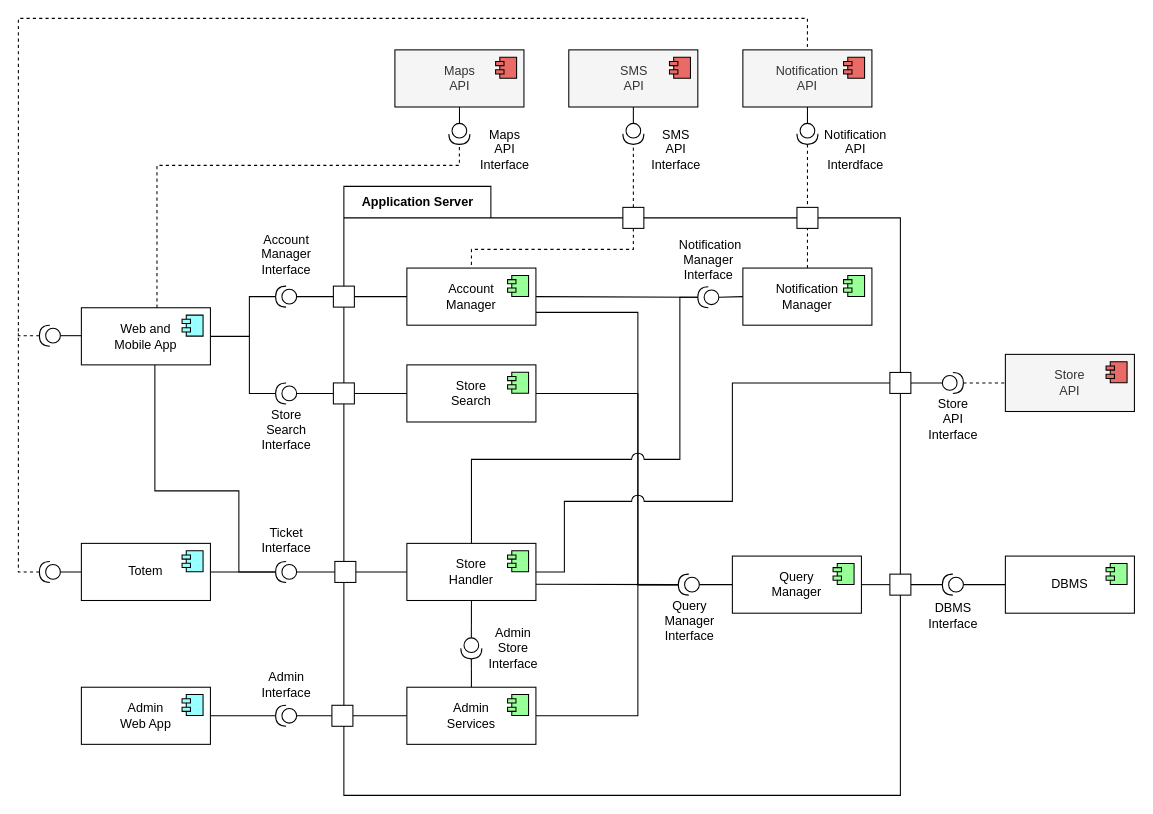
Before: DD/images/draw.io/component.drawio in andreafra/Software-Engineering-2-Project-2021, a draw.io diagram. Source tidied: cells renumbered, new cells numbered last; positions are measured from the earlier drawing's top-left corner, leaving out a move shared by most shapes. Both pictures are drawn from the tidied source at 105%, with x=0, y=0 at pixel (18, 18).
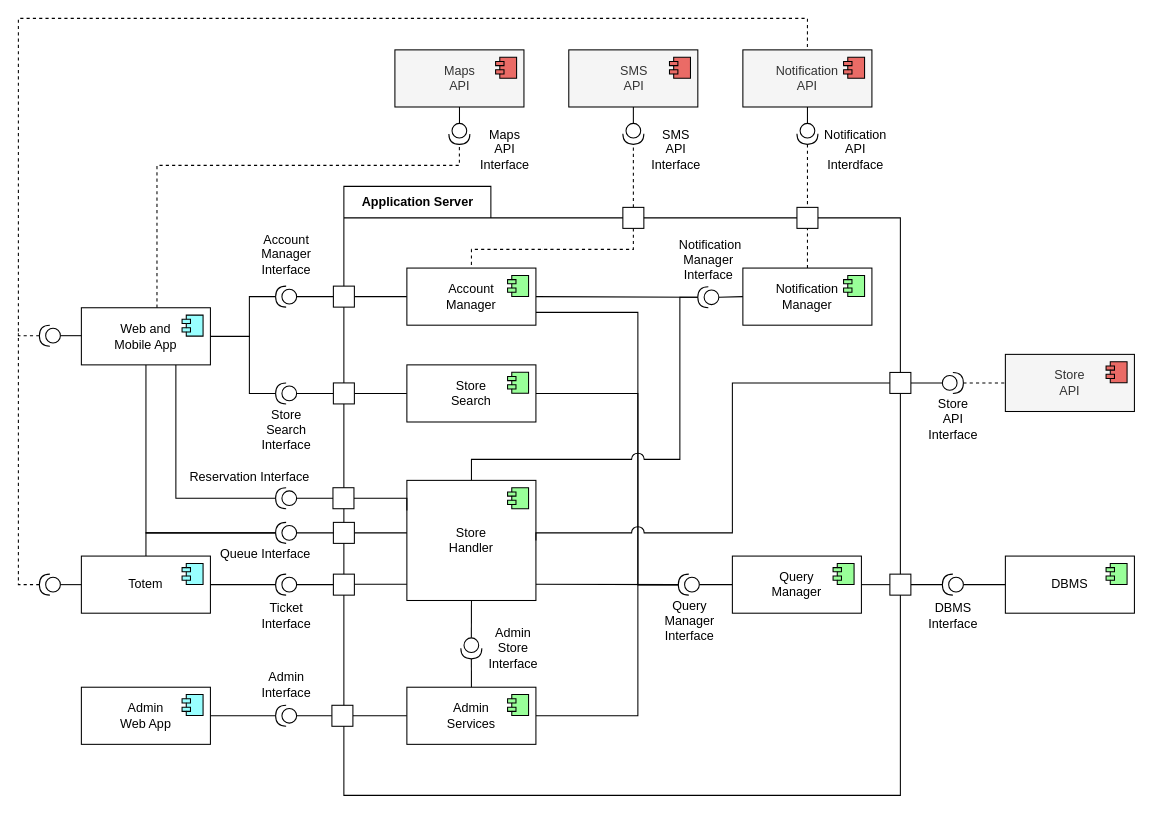
Above is the later version.

Commit message (it also covers changes not shown here):
update component diagrams

The change refers to these unchanged cells:
```xml
<mxCell id="16" value="Web and&lt;br&gt;Mobile App" style="html=1;" parent="1" vertex="1">
  <mxGeometry x="60" y="275.6" width="122.9" height="54.4" as="geometry" />
</mxCell>
<mxCell id="100" style="rounded=0;whiteSpace=wrap;html=1;" parent="1" vertex="1">
  <mxGeometry x="830" y="337.2" width="20" height="20" as="geometry" />
</mxCell>
```

Diff of the diagram source:
```diff
@@
     <mxCell id="10" style="shape=providedRequiredInterface;html=1;verticalLabelPosition=bottom;strokeWidth=1;direction=west;" parent="1" vertex="1">
-      <mxGeometry x="245" y="517.2" width="20" height="20" as="geometry" />
+      <mxGeometry x="245" y="529.3" width="20" height="20" as="geometry" />
     </mxCell>
@@
-    <mxCell id="15" style="edgeStyle=orthogonalEdgeStyle;rounded=0;jumpStyle=arc;jumpSize=12;jettySize=auto;html=1;entryX=1;entryY=0.5;entryDx=0;entryDy=0;entryPerimeter=0;endArrow=none;endFill=0;" parent="1" edge="1" source="16" target="10">
-      <mxGeometry relative="1" as="geometry">
-        <Array as="points">
-          <mxPoint x="130" y="450" />
-          <mxPoint x="210" y="450" />
-          <mxPoint x="210" y="527" />
-        </Array>
-      </mxGeometry>
-    </mxCell>
+    <mxCell id="106" style="edgeStyle=orthogonalEdgeStyle;rounded=0;jettySize=auto;html=1;entryX=1;entryY=0.5;entryDx=0;entryDy=0;entryPerimeter=0;endArrow=none;endFill=0;" parent="1" edge="1" source="16" target="114">
+      <mxGeometry relative="1" as="geometry">
+        <Array as="points">
+          <mxPoint x="122" y="490" />
+        </Array>
+      </mxGeometry>
+    </mxCell>
+    <mxCell id="107" style="edgeStyle=orthogonalEdgeStyle;rounded=0;jettySize=auto;html=1;entryX=1;entryY=0.5;entryDx=0;entryDy=0;entryPerimeter=0;endArrow=none;endFill=0;" parent="1" edge="1" source="16" target="116">
+      <mxGeometry relative="1" as="geometry">
+        <Array as="points">
+          <mxPoint x="150" y="457" />
+        </Array>
+      </mxGeometry>
+    </mxCell>
@@
+    <mxCell id="108" style="edgeStyle=orthogonalEdgeStyle;rounded=0;jettySize=auto;html=1;entryX=1;entryY=0.5;entryDx=0;entryDy=0;entryPerimeter=0;endArrow=none;endFill=0;" parent="1" edge="1" source="18" target="114">
+      <mxGeometry relative="1" as="geometry">
+        <Array as="points">
+          <mxPoint x="122" y="490" />
+        </Array>
+      </mxGeometry>
+    </mxCell>
     <mxCell id="18" value="Totem" style="html=1;" parent="1" vertex="1">
-      <mxGeometry x="60" y="500" width="122.9" height="54.4" as="geometry" />
+      <mxGeometry x="60" y="512.1" width="122.9" height="54.4" as="geometry" />
     </mxCell>
@@
     <mxCell id="36" style="edgeStyle=orthogonalEdgeStyle;rounded=0;jettySize=auto;html=1;endArrow=none;endFill=0;" parent="1" edge="1" source="39" target="54">
-      <mxGeometry relative="1" as="geometry" />
+      <mxGeometry relative="1" as="geometry">
+        <Array as="points">
+          <mxPoint x="340" y="539" />
+          <mxPoint x="340" y="539" />
+        </Array>
+      </mxGeometry>
     </mxCell>
@@
     <mxCell id="39" value="Store&lt;br&gt;Handler" style="html=1;" parent="1" vertex="1">
-      <mxGeometry x="370" y="500" width="122.9" height="54.4" as="geometry" />
+      <mxGeometry x="370" y="440" width="122.9" height="114.4" as="geometry" />
     </mxCell>
@@
     <mxCell id="54" style="rounded=0;whiteSpace=wrap;html=1;" parent="1" vertex="1">
-      <mxGeometry x="301.4" y="517.2" width="20" height="20" as="geometry" />
+      <mxGeometry x="300" y="529.3" width="20" height="20" as="geometry" />
     </mxCell>
@@
     <mxCell id="77" style="edgeStyle=orthogonalEdgeStyle;rounded=0;jumpStyle=arc;jumpSize=12;jettySize=auto;html=1;endArrow=none;endFill=0;dashed=1;" parent="1" edge="1" source="78">
       <mxGeometry relative="1" as="geometry">
         <mxPoint y="300" as="targetPoint" />
         <Array as="points">
-          <mxPoint y="527" />
+          <mxPoint y="539" />
         </Array>
       </mxGeometry>
     </mxCell>
     <mxCell id="78" style="shape=providedRequiredInterface;html=1;verticalLabelPosition=bottom;strokeWidth=1;direction=west;" parent="1" vertex="1">
-      <mxGeometry x="20" y="517.2" width="20" height="20" as="geometry" />
+      <mxGeometry x="20" y="529.3" width="20" height="20" as="geometry" />
     </mxCell>
@@
     <mxCell id="82" value="Ticket&lt;br&gt;Interface" style="text;html=1;align=center;verticalAlign=middle;" parent="1" vertex="1">
-      <mxGeometry x="225" y="482.1" width="60" height="30" as="geometry" />
+      <mxGeometry x="225" y="554.4" width="60" height="30" as="geometry" />
     </mxCell>
@@
     <mxCell id="98" style="edgeStyle=orthogonalEdgeStyle;rounded=0;jumpStyle=arc;jumpSize=12;jettySize=auto;html=1;entryX=1;entryY=0.5;entryDx=0;entryDy=0;endArrow=none;endFill=0;exitX=0;exitY=0.5;exitDx=0;exitDy=0;" parent="1" edge="1" source="100" target="39">
       <mxGeometry relative="1" as="geometry">
         <Array as="points">
           <mxPoint x="680" y="347" />
-          <mxPoint x="680" y="460" />
-          <mxPoint x="520" y="460" />
-          <mxPoint x="520" y="527" />
+          <mxPoint x="680" y="490" />
+          <mxPoint x="493" y="490" />
         </Array>
       </mxGeometry>
     </mxCell>
@@
+    <mxCell id="109" style="edgeStyle=orthogonalEdgeStyle;rounded=0;jettySize=auto;html=1;endArrow=none;endFill=0;" parent="1" edge="1" source="110" target="39">
+      <mxGeometry relative="1" as="geometry">
+        <Array as="points">
+          <mxPoint x="350" y="490" />
+          <mxPoint x="350" y="490" />
+        </Array>
+      </mxGeometry>
+    </mxCell>
+    <mxCell id="110" style="rounded=0;whiteSpace=wrap;html=1;" parent="1" vertex="1">
+      <mxGeometry x="300" y="480" width="20" height="20" as="geometry" />
+    </mxCell>
+    <mxCell id="111" style="edgeStyle=orthogonalEdgeStyle;rounded=0;jettySize=auto;html=1;endArrow=none;endFill=0;entryX=0;entryY=0.25;entryDx=0;entryDy=0;" parent="1" edge="1" source="112" target="39">
+      <mxGeometry relative="1" as="geometry">
+        <Array as="points">
+          <mxPoint x="370" y="457" />
+        </Array>
+      </mxGeometry>
+    </mxCell>
+    <mxCell id="112" style="rounded=0;whiteSpace=wrap;html=1;" parent="1" vertex="1">
+      <mxGeometry x="299.6" y="447" width="20" height="20" as="geometry" />
+    </mxCell>
+    <mxCell id="113" style="edgeStyle=orthogonalEdgeStyle;rounded=0;jettySize=auto;html=1;endArrow=none;endFill=0;" parent="1" edge="1" source="114" target="110">
+      <mxGeometry relative="1" as="geometry" />
+    </mxCell>
+    <mxCell id="114" style="shape=providedRequiredInterface;html=1;verticalLabelPosition=bottom;strokeWidth=1;direction=west;" parent="1" vertex="1">
+      <mxGeometry x="245" y="480" width="20" height="20" as="geometry" />
+    </mxCell>
+    <mxCell id="115" style="edgeStyle=orthogonalEdgeStyle;rounded=0;jettySize=auto;html=1;endArrow=none;endFill=0;" parent="1" edge="1" source="116" target="112">
+      <mxGeometry relative="1" as="geometry" />
+    </mxCell>
+    <mxCell id="116" style="shape=providedRequiredInterface;html=1;verticalLabelPosition=bottom;strokeWidth=1;direction=west;" parent="1" vertex="1">
+      <mxGeometry x="245" y="447" width="20" height="20" as="geometry" />
+    </mxCell>
+    <mxCell id="117" value="Reservation Interface" style="text;html=1;align=center;verticalAlign=middle;" parent="1" vertex="1">
+      <mxGeometry x="155" y="427" width="130" height="20" as="geometry" />
+    </mxCell>
+    <mxCell id="118" value="Queue Interface" style="text;html=1;align=center;verticalAlign=middle;" parent="1" vertex="1">
+      <mxGeometry x="185" y="500" width="100" height="20" as="geometry" />
+    </mxCell>
```
